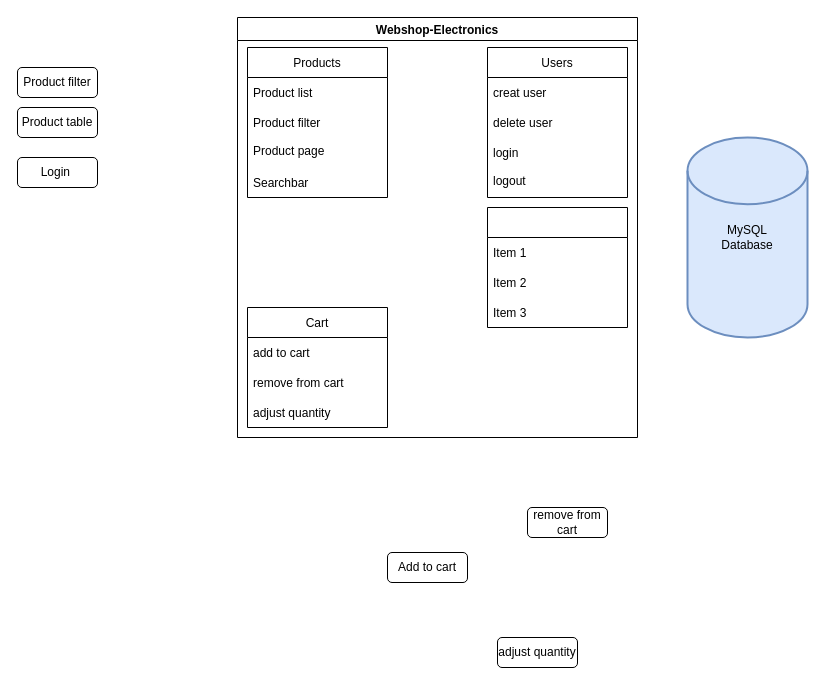
The draw.io diagram Anforderungen.drawio in Serpant4632/webshop-electronics, before the edit. Source tidied: cells renumbered, new cells numbered last; positions are measured from the earlier drawing's top-left corner, leaving out a move shared by most shapes. Both pictures are drawn from the tidied source at 100%, with x=0, y=0 at pixel (17, 17).
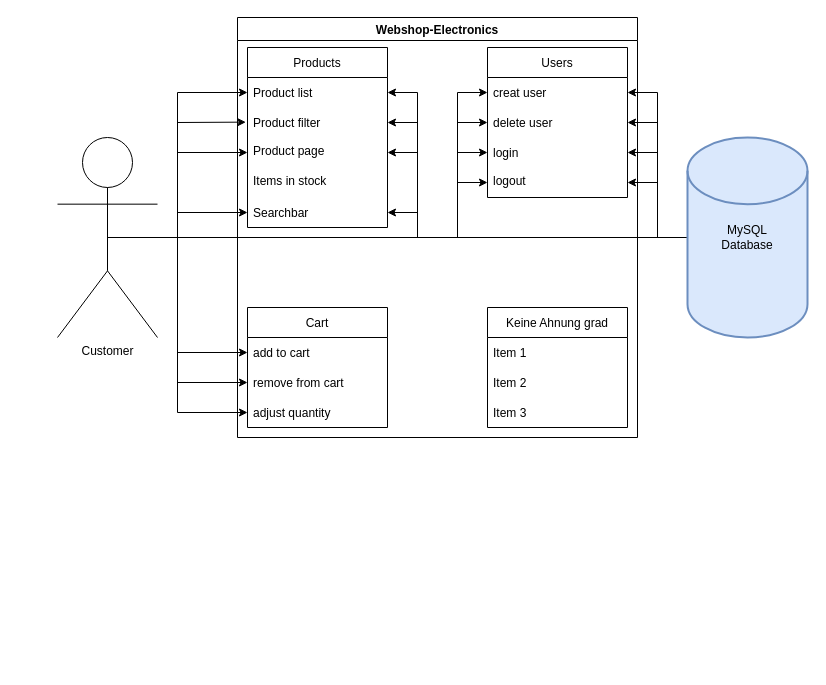
The same page after the edit.

The change refers to these unchanged cells:
```xml
<mxCell id="2" value="Webshop-Electronics" style="swimlane;" parent="1" vertex="1">
  <mxGeometry x="220" width="400" height="420" as="geometry" />
</mxCell>
<mxCell id="4" value="add to cart  " style="text;strokeColor=none;fillColor=none;align=left;verticalAlign=middle;spacingLeft=4;spacingRight=4;overflow=hidden;points=[[0,0.5],[1,0.5]];portConstraint=eastwest;" parent="3" vertex="1">
  <mxGeometry y="30" width="140" height="30" as="geometry" />
</mxCell>
<mxCell id="5" value="remove from cart" style="text;strokeColor=none;fillColor=none;align=left;verticalAlign=middle;spacingLeft=4;spacingRight=4;overflow=hidden;points=[[0,0.5],[1,0.5]];portConstraint=eastwest;" parent="3" vertex="1">
  <mxGeometry y="60" width="140" height="30" as="geometry" />
</mxCell>
<mxCell id="6" value="adjust quantity" style="text;strokeColor=none;fillColor=none;align=left;verticalAlign=middle;spacingLeft=4;spacingRight=4;overflow=hidden;points=[[0,0.5],[1,0.5]];portConstraint=eastwest;" parent="3" vertex="1">
  <mxGeometry y="90" width="140" height="30" as="geometry" />
</mxCell>
<mxCell id="8" value="Product list" style="text;strokeColor=none;fillColor=none;align=left;verticalAlign=middle;spacingLeft=4;spacingRight=4;overflow=hidden;points=[[0,0.5],[1,0.5]];portConstraint=eastwest;" parent="7" vertex="1">
  <mxGeometry y="30" width="140" height="30" as="geometry" />
</mxCell>
<mxCell id="9" value="Product filter" style="text;strokeColor=none;fillColor=none;align=left;verticalAlign=middle;spacingLeft=4;spacingRight=4;overflow=hidden;points=[[0,0.5],[1,0.5]];portConstraint=eastwest;" parent="7" vertex="1">
  <mxGeometry y="60" width="140" height="30" as="geometry" />
</mxCell>
<mxCell id="10" value="Product page" style="text;strokeColor=none;fillColor=none;spacingLeft=4;spacingRight=4;overflow=hidden;points=[[0,0.5],[1,0.5]];portConstraint=eastwest;fontSize=12;" parent="7" vertex="1">
  <mxGeometry y="90" width="140" height="30" as="geometry" />
</mxCell>
<mxCell id="13" value="creat user" style="text;strokeColor=none;fillColor=none;align=left;verticalAlign=middle;spacingLeft=4;spacingRight=4;overflow=hidden;points=[[0,0.5],[1,0.5]];portConstraint=eastwest;" parent="12" vertex="1">
  <mxGeometry y="30" width="140" height="30" as="geometry" />
</mxCell>
<mxCell id="14" value="delete user" style="text;strokeColor=none;fillColor=none;align=left;verticalAlign=middle;spacingLeft=4;spacingRight=4;overflow=hidden;points=[[0,0.5],[1,0.5]];portConstraint=eastwest;" parent="12" vertex="1">
  <mxGeometry y="60" width="140" height="30" as="geometry" />
</mxCell>
<mxCell id="15" value="login" style="text;strokeColor=none;fillColor=none;align=left;verticalAlign=middle;spacingLeft=4;spacingRight=4;overflow=hidden;points=[[0,0.5],[1,0.5]];portConstraint=eastwest;" parent="12" vertex="1">
  <mxGeometry y="90" width="140" height="30" as="geometry" />
</mxCell>
<mxCell id="16" value="logout" style="text;strokeColor=none;fillColor=none;spacingLeft=4;spacingRight=4;overflow=hidden;points=[[0,0.5],[1,0.5]];portConstraint=eastwest;fontSize=12;" parent="12" vertex="1">
  <mxGeometry y="120" width="140" height="30" as="geometry" />
</mxCell>
<mxCell id="26" value="MySQL&lt;br&gt;Database" style="strokeWidth=2;html=1;shape=mxgraph.flowchart.database;whiteSpace=wrap;fillColor=#dae8fc;strokeColor=#6c8ebf;" parent="1" vertex="1">
  <mxGeometry x="670" y="120" width="120" height="200" as="geometry" />
</mxCell>
```

Diff of the diagram source:
```diff
@@
     <mxCell id="7" value="Products" style="swimlane;fontStyle=0;horizontal=1;startSize=30;" parent="2" vertex="1">
-      <mxGeometry x="10" y="30" width="140" height="150" as="geometry" />
+      <mxGeometry x="10" y="30" width="140" height="180" as="geometry" />
     </mxCell>
@@
+    <mxCell id="28" value="Items in stock" style="text;strokeColor=none;fillColor=none;spacingLeft=4;spacingRight=4;overflow=hidden;fontSize=12;" parent="7" vertex="1">
+      <mxGeometry y="120" width="140" height="30" as="geometry" />
+    </mxCell>
     <mxCell id="11" value="Searchbar" style="text;strokeColor=none;fillColor=none;align=left;verticalAlign=middle;spacingLeft=4;spacingRight=4;overflow=hidden;points=[[0,0.5],[1,0.5]];portConstraint=eastwest;" parent="7" vertex="1">
-      <mxGeometry y="120" width="140" height="30" as="geometry" />
+      <mxGeometry y="150" width="140" height="30" as="geometry" />
     </mxCell>
@@
-    <mxCell id="17" style="swimlane;fontStyle=0;horizontal=1;startSize=30;" parent="2" vertex="1">
-      <mxGeometry x="250" y="190" width="140" height="120" as="geometry" />
+    <mxCell id="17" value="Keine Ahnung grad" style="swimlane;fontStyle=0;horizontal=1;startSize=30;" parent="2" vertex="1">
+      <mxGeometry x="250" y="290" width="140" height="120" as="geometry" />
     </mxCell>
@@
-    <mxCell id="21" value="Add to cart" style="rounded=1;whiteSpace=wrap;html=1;" parent="1" vertex="1">
-      <mxGeometry x="370" y="535" width="80" height="30" as="geometry" />
-    </mxCell>
-    <mxCell id="22" value="remove from cart" style="rounded=1;whiteSpace=wrap;html=1;" parent="1" vertex="1">
-      <mxGeometry x="510" y="490" width="80" height="30" as="geometry" />
-    </mxCell>
-    <mxCell id="23" value="adjust quantity" style="rounded=1;whiteSpace=wrap;html=1;" parent="1" vertex="1">
-      <mxGeometry x="480" y="620" width="80" height="30" as="geometry" />
-    </mxCell>
-    <mxCell id="24" value="Product filter" style="rounded=1;whiteSpace=wrap;html=1;" parent="1" vertex="1">
-      <mxGeometry y="50" width="80" height="30" as="geometry" />
-    </mxCell>
-    <mxCell id="25" value="Product table" style="rounded=1;whiteSpace=wrap;html=1;" parent="1" vertex="1">
-      <mxGeometry y="90" width="80" height="30" as="geometry" />
-    </mxCell>
+    <mxCell id="29" style="edgeStyle=orthogonalEdgeStyle;rounded=0;jettySize=auto;html=1;" parent="1" edge="1" source="26" target="13">
+      <mxGeometry relative="1" as="geometry">
+        <Array as="points">
+          <mxPoint x="640" y="220" />
+          <mxPoint x="640" y="75" />
+        </Array>
+      </mxGeometry>
+    </mxCell>
+    <mxCell id="30" style="edgeStyle=orthogonalEdgeStyle;rounded=0;jettySize=auto;html=1;" parent="1" edge="1" source="26" target="14">
+      <mxGeometry relative="1" as="geometry" />
+    </mxCell>
+    <mxCell id="31" style="edgeStyle=orthogonalEdgeStyle;rounded=0;jettySize=auto;html=1;" parent="1" edge="1" source="26" target="15">
+      <mxGeometry relative="1" as="geometry" />
+    </mxCell>
+    <mxCell id="32" style="edgeStyle=orthogonalEdgeStyle;rounded=0;jettySize=auto;html=1;entryX=1;entryY=0.5;entryDx=0;entryDy=0;" parent="1" edge="1" source="26" target="8">
+      <mxGeometry relative="1" as="geometry">
+        <Array as="points">
+          <mxPoint x="400" y="220" />
+          <mxPoint x="400" y="75" />
+        </Array>
+      </mxGeometry>
+    </mxCell>
+    <mxCell id="33" style="edgeStyle=orthogonalEdgeStyle;rounded=0;jettySize=auto;html=1;" parent="1" edge="1" source="26" target="10">
+      <mxGeometry relative="1" as="geometry">
+        <Array as="points">
+          <mxPoint x="400" y="220" />
+          <mxPoint x="400" y="135" />
+        </Array>
+      </mxGeometry>
+    </mxCell>
+    <mxCell id="34" style="edgeStyle=orthogonalEdgeStyle;rounded=0;jettySize=auto;html=1;" parent="1" edge="1" source="26" target="9">
+      <mxGeometry relative="1" as="geometry">
+        <Array as="points">
+          <mxPoint x="400" y="220" />
+          <mxPoint x="400" y="105" />
+        </Array>
+      </mxGeometry>
+    </mxCell>
+    <mxCell id="35" style="edgeStyle=orthogonalEdgeStyle;rounded=0;jettySize=auto;html=1;" parent="1" edge="1" source="26" target="11">
+      <mxGeometry relative="1" as="geometry">
+        <Array as="points">
+          <mxPoint x="400" y="220" />
+          <mxPoint x="400" y="195" />
+        </Array>
+      </mxGeometry>
+    </mxCell>
+    <mxCell id="36" style="edgeStyle=orthogonalEdgeStyle;rounded=0;jettySize=auto;html=1;" parent="1" edge="1" source="26" target="16">
+      <mxGeometry relative="1" as="geometry" />
+    </mxCell>
@@
-    <mxCell id="27" value="Login&amp;nbsp;" style="rounded=1;whiteSpace=wrap;html=1;" parent="1" vertex="1">
-      <mxGeometry y="140" width="80" height="30" as="geometry" />
-    </mxCell>
+    <mxCell id="37" style="edgeStyle=orthogonalEdgeStyle;rounded=0;jettySize=auto;html=1;entryX=0;entryY=0.5;entryDx=0;entryDy=0;" parent="1" edge="1" source="47" target="8">
+      <mxGeometry relative="1" as="geometry">
+        <Array as="points">
+          <mxPoint x="160" y="220" />
+          <mxPoint x="160" y="75" />
+        </Array>
+      </mxGeometry>
+    </mxCell>
+    <mxCell id="38" style="edgeStyle=orthogonalEdgeStyle;rounded=0;jettySize=auto;html=1;" parent="1" edge="1" source="47" target="10">
+      <mxGeometry relative="1" as="geometry">
+        <Array as="points">
+          <mxPoint x="160" y="220" />
+          <mxPoint x="160" y="135" />
+        </Array>
+      </mxGeometry>
+    </mxCell>
+    <mxCell id="39" style="edgeStyle=orthogonalEdgeStyle;rounded=0;jettySize=auto;html=1;entryX=0;entryY=0.5;entryDx=0;entryDy=0;exitX=0.5;exitY=0.5;exitDx=0;exitDy=0;exitPerimeter=0;" parent="1" edge="1" source="47" target="11">
+      <mxGeometry relative="1" as="geometry">
+        <Array as="points">
+          <mxPoint x="160" y="220" />
+          <mxPoint x="160" y="195" />
+        </Array>
+      </mxGeometry>
+    </mxCell>
+    <mxCell id="40" style="edgeStyle=orthogonalEdgeStyle;rounded=0;jettySize=auto;html=1;entryX=0;entryY=0.5;entryDx=0;entryDy=0;" parent="1" edge="1" source="47" target="4">
+      <mxGeometry relative="1" as="geometry">
+        <Array as="points">
+          <mxPoint x="160" y="220" />
+          <mxPoint x="160" y="335" />
+        </Array>
+      </mxGeometry>
+    </mxCell>
+    <mxCell id="41" style="edgeStyle=orthogonalEdgeStyle;rounded=0;jettySize=auto;html=1;entryX=0;entryY=0.5;entryDx=0;entryDy=0;" parent="1" edge="1" source="47" target="6">
+      <mxGeometry relative="1" as="geometry">
+        <Array as="points">
+          <mxPoint x="160" y="220" />
+          <mxPoint x="160" y="395" />
+        </Array>
+      </mxGeometry>
+    </mxCell>
+    <mxCell id="42" style="edgeStyle=orthogonalEdgeStyle;rounded=0;jettySize=auto;html=1;entryX=0;entryY=0.5;entryDx=0;entryDy=0;" parent="1" edge="1" source="47" target="5">
+      <mxGeometry relative="1" as="geometry">
+        <Array as="points">
+          <mxPoint x="160" y="220" />
+          <mxPoint x="160" y="365" />
+        </Array>
+      </mxGeometry>
+    </mxCell>
+    <mxCell id="43" style="edgeStyle=orthogonalEdgeStyle;rounded=0;jettySize=auto;html=1;entryX=0;entryY=0.5;entryDx=0;entryDy=0;" parent="1" edge="1" source="47" target="15">
+      <mxGeometry relative="1" as="geometry">
+        <Array as="points">
+          <mxPoint x="440" y="220" />
+          <mxPoint x="440" y="135" />
+        </Array>
+      </mxGeometry>
+    </mxCell>
+    <mxCell id="44" style="edgeStyle=orthogonalEdgeStyle;rounded=0;jettySize=auto;html=1;" parent="1" edge="1" source="47" target="16">
+      <mxGeometry relative="1" as="geometry">
+        <Array as="points">
+          <mxPoint x="440" y="220" />
+          <mxPoint x="440" y="165" />
+        </Array>
+      </mxGeometry>
+    </mxCell>
+    <mxCell id="45" style="edgeStyle=orthogonalEdgeStyle;rounded=0;jettySize=auto;html=1;entryX=0;entryY=0.5;entryDx=0;entryDy=0;" parent="1" edge="1" source="47" target="14">
+      <mxGeometry relative="1" as="geometry">
+        <Array as="points">
+          <mxPoint x="440" y="220" />
+          <mxPoint x="440" y="105" />
+        </Array>
+      </mxGeometry>
+    </mxCell>
+    <mxCell id="46" style="edgeStyle=orthogonalEdgeStyle;rounded=0;jettySize=auto;html=1;" parent="1" edge="1" source="47" target="13">
+      <mxGeometry relative="1" as="geometry">
+        <Array as="points">
+          <mxPoint x="440" y="220" />
+          <mxPoint x="440" y="75" />
+        </Array>
+      </mxGeometry>
+    </mxCell>
+    <mxCell id="47" value="Customer" style="shape=umlActor;verticalLabelPosition=bottom;verticalAlign=top;html=1;outlineConnect=0;" parent="1" vertex="1">
+      <mxGeometry x="40" y="120" width="100" height="200" as="geometry" />
+    </mxCell>
+    <mxCell id="48" style="endArrow=classic;html=1;rounded=0;entryX=-0.012;entryY=0.488;entryDx=0;entryDy=0;entryPerimeter=0;" parent="1" edge="1" target="9">
+      <mxGeometry relative="1" as="geometry">
+        <mxPoint x="160" y="220" as="sourcePoint" />
+        <Array as="points">
+          <mxPoint x="160" y="160" />
+          <mxPoint x="160" y="140" />
+          <mxPoint x="160" y="105" />
+        </Array>
+      </mxGeometry>
+    </mxCell>
```
